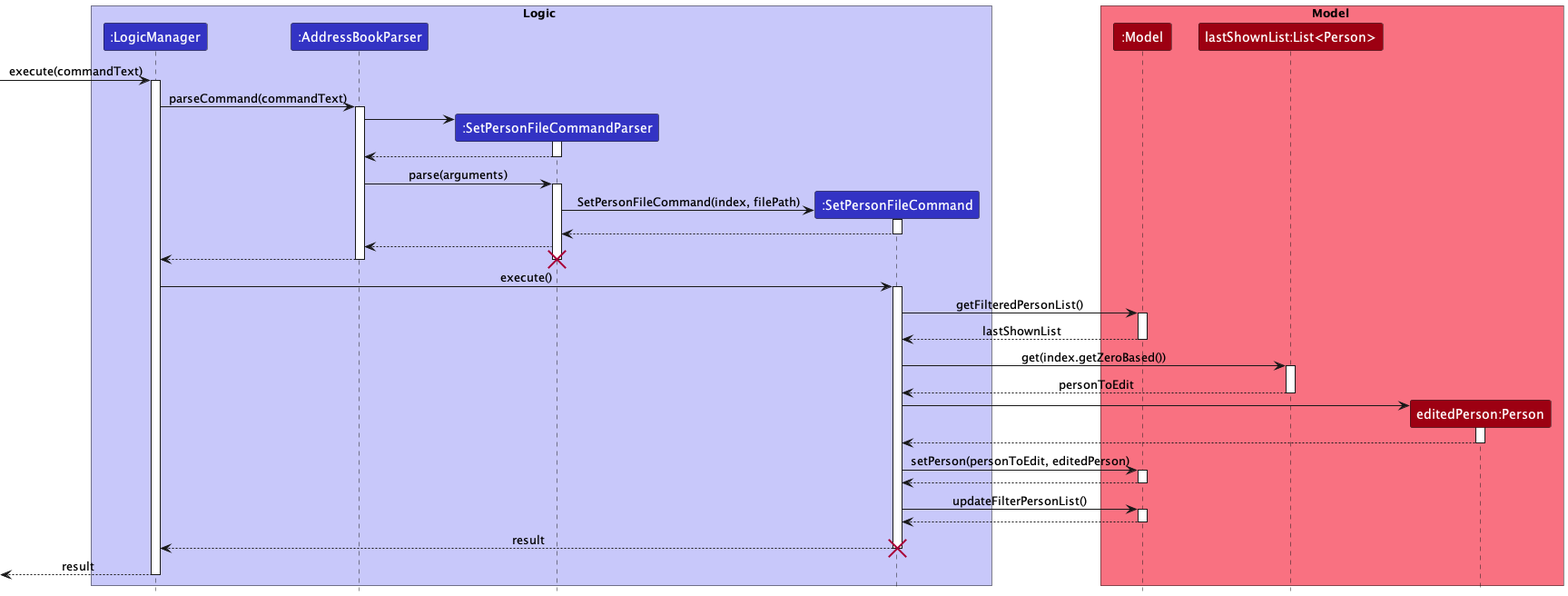
The PlantUML diagram docs/images/DeveloperGuide/FilePath/FilePathSequenceDiagram.png in nus-cs2103-AY2223S1/tp, before a commit.
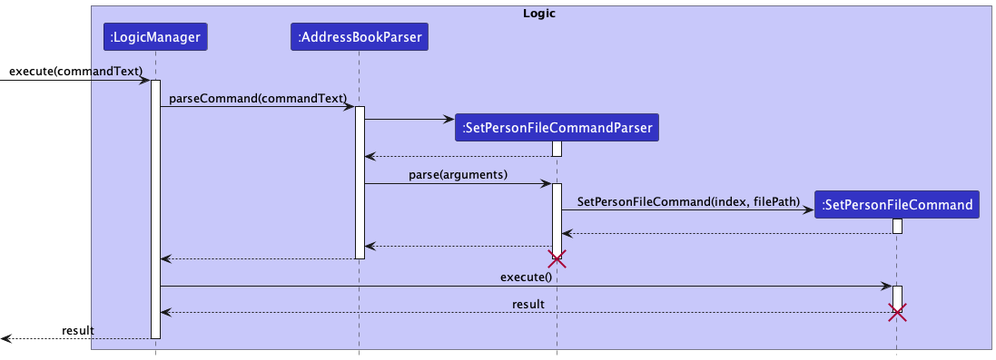
Later version of the same file.

Commit message:
split file path sequence diagram into two

What changed in the source:
```diff
@@ -6,12 +6,6 @@
 participant ":AddressBookParser" as AddressBookParser LOGIC_COLOR
 participant ":SetPersonFileCommandParser" as SetPersonFileCommandParser LOGIC_COLOR
 participant ":SetPersonFileCommand" as SetPersonFileCommand LOGIC_COLOR
-end box
-
-box Model MODEL_COLOR_T1
-participant ":Model" as Model MODEL_COLOR
-participant "lastShownList:List<Person>" as lastShownList MODEL_COLOR
-participant "editedPerson:Person" as editedPerson MODEL_COLOR
 end box
 
 [-> LogicManager : execute(commandText)
@@ -48,37 +42,6 @@
 LogicManager -> SetPersonFileCommand : execute()
 activate SetPersonFileCommand
 
-SetPersonFileCommand -> Model : getFilteredPersonList()
-activate Model
-
-Model --> SetPersonFileCommand : lastShownList
-deactivate Model
-
-SetPersonFileCommand -> lastShownList : get(index.getZeroBased())
-activate lastShownList
-
-lastShownList --> SetPersonFileCommand:personToEdit
-deactivate lastShownList
-
-Create editedPerson
-SetPersonFileCommand -> editedPerson
-activate editedPerson
-
-editedPerson --> SetPersonFileCommand
-deactivate editedPerson
-
-SetPersonFileCommand -> Model : setPerson(personToEdit, editedPerson)
-activate Model
-
-Model --> SetPersonFileCommand
-deactivate Model
-
-SetPersonFileCommand -> Model : updateFilterPersonList()
-activate Model
-
-Model --> SetPersonFileCommand
-deactivate Model
-
 SetPersonFileCommand --> LogicManager : result
 destroy SetPersonFileCommand
 
```
